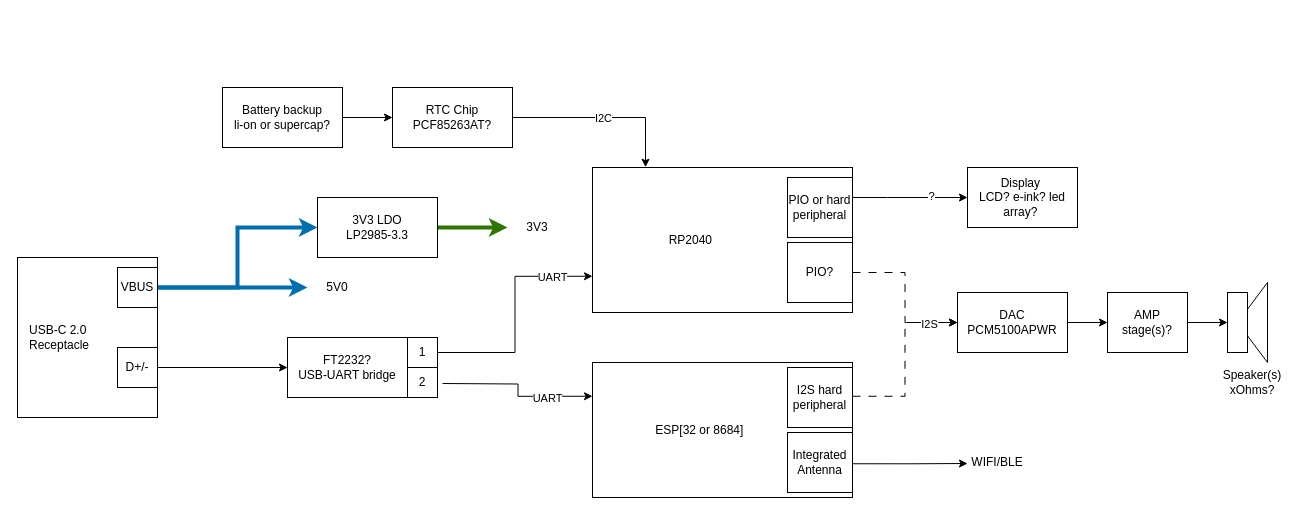
Above: page "Data Path" (1 of 2) of hw_architecture/alarm_clk_blk.drawio in DawsonTheroux/alarm_clock (draw.io), before the change. Source tidied: cells renumbered, new cells numbered last; positions are measured from the earlier drawing's top-left corner, leaving out a move shared by most shapes. Both pictures are drawn from the tidied source at 100%, with x=0, y=0 at pixel (17, 87).
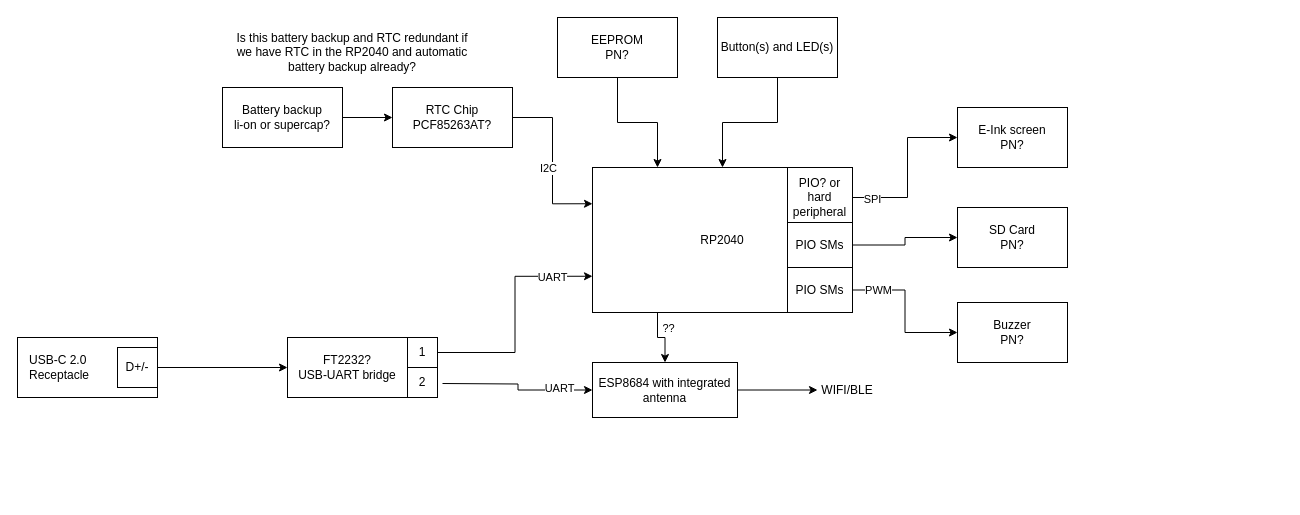
The same diagram, later.

Unchanged cells that the change refers to:
```xml
<mxCell id="27" value="RTC Chip&lt;br&gt;PCF85263AT?" style="rounded=0;whiteSpace=wrap;html=1;" parent="1" vertex="1">
  <mxGeometry x="375" width="120" height="60" as="geometry" />
</mxCell>
```

Diff of the diagram source:
```diff
@@
-    <mxCell id="2" style="edgeStyle=orthogonalEdgeStyle;rounded=0;jettySize=auto;html=1;entryX=0;entryY=0.5;entryDx=0;entryDy=0;fillColor=#1ba1e2;strokeColor=#006EAF;strokeWidth=4;" parent="1" edge="1" source="10" target="5">
-      <mxGeometry relative="1" as="geometry" />
-    </mxCell>
-    <mxCell id="3" style="edgeStyle=orthogonalEdgeStyle;rounded=0;jettySize=auto;html=1;fillColor=#1ba1e2;strokeColor=#006EAF;strokeWidth=4;" parent="1" edge="1" source="10" target="6">
-      <mxGeometry relative="1" as="geometry" />
-    </mxCell>
-    <mxCell id="4" style="edgeStyle=orthogonalEdgeStyle;rounded=0;jettySize=auto;html=1;strokeWidth=4;fillColor=#60a917;strokeColor=#2D7600;" parent="1" edge="1" source="5" target="7">
-      <mxGeometry relative="1" as="geometry" />
-    </mxCell>
-    <mxCell id="5" value="3V3 LDO&lt;div&gt;LP2985-3.3&lt;br&gt;&lt;/div&gt;" style="rounded=0;whiteSpace=wrap;html=1;" parent="1" vertex="1">
-      <mxGeometry x="300" y="110" width="120" height="60" as="geometry" />
-    </mxCell>
-    <mxCell id="6" value="5V0" style="text;html=1;align=center;verticalAlign=middle;whiteSpace=wrap;rounded=0;" parent="1" vertex="1">
-      <mxGeometry x="290" y="185" width="60" height="30" as="geometry" />
-    </mxCell>
-    <mxCell id="7" value="3V3" style="text;html=1;align=center;verticalAlign=middle;whiteSpace=wrap;rounded=0;" parent="1" vertex="1">
-      <mxGeometry x="490" y="125" width="60" height="30" as="geometry" />
-    </mxCell>
@@
     <mxCell id="9" value="&amp;nbsp; &amp;nbsp;USB-C 2.0 &lt;br&gt;&amp;nbsp; &amp;nbsp;Receptacle" style="rounded=0;whiteSpace=wrap;html=1;align=left;" parent="1" vertex="1">
-      <mxGeometry y="170" width="140" height="160" as="geometry" />
+      <mxGeometry y="250" width="140" height="60" as="geometry" />
     </mxCell>
-    <mxCell id="10" value="VBUS" style="whiteSpace=wrap;html=1;" parent="1" vertex="1">
-      <mxGeometry x="100" y="180" width="40" height="40" as="geometry" />
-    </mxCell>
@@
-    <mxCell id="13" style="edgeStyle=orthogonalEdgeStyle;rounded=0;jettySize=auto;html=1;entryX=0;entryY=0.5;entryDx=0;entryDy=0;dashed=1;dashPattern=8 8;exitX=1;exitY=0.5;exitDx=0;exitDy=0;" parent="1" edge="1" source="43" target="35">
-      <mxGeometry relative="1" as="geometry" />
-    </mxCell>
-    <mxCell id="14" style="edgeStyle=orthogonalEdgeStyle;rounded=0;jettySize=auto;html=1;" parent="1" edge="1" source="16" target="39">
+    <mxCell id="14" style="edgeStyle=orthogonalEdgeStyle;rounded=0;jettySize=auto;html=1;entryX=0;entryY=0.5;entryDx=0;entryDy=0;" parent="1" edge="1" source="16" target="39">
       <mxGeometry relative="1" as="geometry">
         <Array as="points">
-          <mxPoint x="870" y="110" />
-          <mxPoint x="870" y="110" />
+          <mxPoint x="890" y="110" />
+          <mxPoint x="890" y="50" />
         </Array>
       </mxGeometry>
     </mxCell>
-    <mxCell id="15" value="?" style="edgeLabel;html=1;align=center;verticalAlign=middle;" parent="14" vertex="1">
-      <mxGeometry x="0.36" y="2" relative="1" as="geometry" />
+    <mxCell id="15" value="SPI" style="edgeLabel;html=1;align=center;verticalAlign=middle;" parent="14" vertex="1">
+      <mxGeometry x="0.36" y="2" relative="1" as="geometry">
+        <mxPoint x="-34" y="58" as="offset" />
+      </mxGeometry>
     </mxCell>
+    <mxCell id="45" style="edgeStyle=orthogonalEdgeStyle;rounded=0;jettySize=auto;html=1;entryX=0.5;entryY=0;entryDx=0;entryDy=0;exitX=0.25;exitY=1;exitDx=0;exitDy=0;" parent="1" edge="1" source="16" target="20">
+      <mxGeometry relative="1" as="geometry" />
+    </mxCell>
+    <mxCell id="46" value="??" style="edgeLabel;html=1;align=center;verticalAlign=middle;" parent="45" vertex="1">
+      <mxGeometry x="-0.2" y="1" relative="1" as="geometry">
+        <mxPoint x="9" y="-8" as="offset" />
+      </mxGeometry>
+    </mxCell>
-    <mxCell id="16" value="&lt;div style=&quot;text-align: justify;&quot;&gt;&lt;span style=&quot;background-color: initial;&quot;&gt;RP2040&lt;/span&gt;&lt;span style=&quot;background-color: initial; white-space: pre;&quot;&gt;&#9;&lt;/span&gt;&lt;span style=&quot;background-color: initial; white-space: pre;&quot;&gt;&#9;&lt;/span&gt;&lt;span style=&quot;background-color: initial; white-space: pre;&quot;&gt;&#9;&lt;/span&gt;&lt;/div&gt;" style="rounded=0;whiteSpace=wrap;html=1;" parent="1" vertex="1">
+    <mxCell id="16" value="&lt;div style=&quot;text-align: justify;&quot;&gt;&lt;span style=&quot;background-color: initial;&quot;&gt;RP2040&lt;/span&gt;&lt;/div&gt;" style="rounded=0;whiteSpace=wrap;html=1;" parent="1" vertex="1">
       <mxGeometry x="575" y="80" width="260" height="145" as="geometry" />
     </mxCell>
-    <mxCell id="17" style="edgeStyle=orthogonalEdgeStyle;rounded=0;jettySize=auto;html=1;entryX=0;entryY=0.5;entryDx=0;entryDy=0;dashed=1;dashPattern=8 8;exitX=1;exitY=0.25;exitDx=0;exitDy=0;" parent="1" edge="1" source="20" target="35">
-      <mxGeometry relative="1" as="geometry" />
-    </mxCell>
-    <mxCell id="18" value="I2S" style="edgeLabel;html=1;align=center;verticalAlign=middle;" parent="17" vertex="1">
-      <mxGeometry x="0.68" y="-1" relative="1" as="geometry" />
-    </mxCell>
-    <mxCell id="19" style="edgeStyle=orthogonalEdgeStyle;rounded=0;jettySize=auto;html=1;exitX=1;exitY=0.75;exitDx=0;exitDy=0;" parent="1" edge="1" source="20">
-      <mxGeometry relative="1" as="geometry">
-        <mxPoint x="950" y="376" as="targetPoint" />
-      </mxGeometry>
-    </mxCell>
+    <mxCell id="47" style="edgeStyle=orthogonalEdgeStyle;rounded=0;jettySize=auto;html=1;entryX=0;entryY=0.5;entryDx=0;entryDy=0;" parent="1" edge="1" source="20" target="40">
+      <mxGeometry relative="1" as="geometry" />
+    </mxCell>
-    <mxCell id="20" value="&lt;div style=&quot;text-align: justify;&quot;&gt;&lt;span style=&quot;background-color: initial;&quot;&gt;ESP[32 or 8684]&lt;/span&gt;&lt;span style=&quot;background-color: initial; white-space: pre;&quot;&gt;&#9;&lt;/span&gt;&lt;span style=&quot;background-color: initial; white-space: pre;&quot;&gt;&#9;&lt;/span&gt;&lt;/div&gt;" style="rounded=0;whiteSpace=wrap;html=1;" parent="1" vertex="1">
-      <mxGeometry x="575" y="275" width="260" height="135" as="geometry" />
+    <mxCell id="20" value="&lt;div style=&quot;&quot;&gt;&lt;span style=&quot;background-color: initial;&quot;&gt;ESP8684 with integrated antenna&lt;/span&gt;&lt;/div&gt;" style="rounded=0;whiteSpace=wrap;html=1;align=center;" parent="1" vertex="1">
+      <mxGeometry x="575" y="275" width="145" height="55" as="geometry" />
     </mxCell>
@@
-    <mxCell id="25" style="edgeStyle=orthogonalEdgeStyle;rounded=0;jettySize=auto;html=1;entryX=0;entryY=0.25;entryDx=0;entryDy=0;" parent="1" edge="1" target="20">
+    <mxCell id="25" style="edgeStyle=orthogonalEdgeStyle;rounded=0;jettySize=auto;html=1;entryX=0;entryY=0.5;entryDx=0;entryDy=0;" parent="1" edge="1" target="20">
       <mxGeometry relative="1" as="geometry">
         <mxPoint x="425" y="296" as="sourcePoint" />
       </mxGeometry>
     </mxCell>
     <mxCell id="26" value="UART" style="edgeLabel;html=1;align=center;verticalAlign=middle;" parent="25" vertex="1">
       <mxGeometry x="-0.28" relative="1" as="geometry">
-        <mxPoint x="47" y="14" as="offset" />
+        <mxPoint x="61" y="4" as="offset" />
       </mxGeometry>
     </mxCell>
@@
-    <mxCell id="30" style="edgeStyle=orthogonalEdgeStyle;rounded=0;jettySize=auto;html=1;entryX=0.204;entryY=-0.002;entryDx=0;entryDy=0;entryPerimeter=0;" parent="1" edge="1" source="27" target="16">
+    <mxCell id="30" style="edgeStyle=orthogonalEdgeStyle;rounded=0;jettySize=auto;html=1;entryX=0;entryY=0.25;entryDx=0;entryDy=0;" parent="1" edge="1" source="27" target="16">
       <mxGeometry relative="1" as="geometry" />
     </mxCell>
-    <mxCell id="31" value="I2C" style="edgeLabel;html=1;align=center;verticalAlign=middle;" parent="30" vertex="1">
-      <mxGeometry x="-0.01" relative="1" as="geometry" />
-    </mxCell>
-    <mxCell id="32" style="triangle;whiteSpace=wrap;html=1;rotation=-180;" parent="1" vertex="1">
-      <mxGeometry x="1220" y="195" width="30" height="80" as="geometry" />
-    </mxCell>
-    <mxCell id="33" style="rounded=0;whiteSpace=wrap;html=1;" parent="1" vertex="1">
-      <mxGeometry x="1210" y="205" width="20" height="60" as="geometry" />
-    </mxCell>
-    <mxCell id="34" style="edgeStyle=orthogonalEdgeStyle;rounded=0;jettySize=auto;html=1;entryX=0;entryY=0.5;entryDx=0;entryDy=0;" parent="1" edge="1" source="35" target="37">
-      <mxGeometry relative="1" as="geometry" />
-    </mxCell>
-    <mxCell id="35" value="DAC&lt;br&gt;PCM5100APWR" style="rounded=0;whiteSpace=wrap;html=1;" parent="1" vertex="1">
-      <mxGeometry x="940" y="205" width="110" height="60" as="geometry" />
-    </mxCell>
-    <mxCell id="36" style="edgeStyle=orthogonalEdgeStyle;rounded=0;jettySize=auto;html=1;entryX=0;entryY=0.5;entryDx=0;entryDy=0;" parent="1" edge="1" source="37" target="33">
-      <mxGeometry relative="1" as="geometry" />
-    </mxCell>
-    <mxCell id="37" value="AMP &lt;br&gt;stage(s)?" style="rounded=0;whiteSpace=wrap;html=1;" parent="1" vertex="1">
-      <mxGeometry x="1090" y="205" width="80" height="60" as="geometry" />
-    </mxCell>
-    <mxCell id="38" value="Speaker(s)&lt;br&gt;xOhms?" style="text;html=1;align=center;verticalAlign=middle;whiteSpace=wrap;rounded=0;" parent="1" vertex="1">
-      <mxGeometry x="1205" y="280" width="60" height="30" as="geometry" />
-    </mxCell>
-    <mxCell id="39" value="Display&amp;nbsp;&lt;br&gt;LCD? e-ink? led array?&amp;nbsp;" style="rounded=0;whiteSpace=wrap;html=1;" parent="1" vertex="1">
-      <mxGeometry x="950" y="80" width="110" height="60" as="geometry" />
+    <mxCell id="39" value="E-Ink screen&lt;br&gt;PN?" style="rounded=0;whiteSpace=wrap;html=1;" parent="1" vertex="1">
+      <mxGeometry x="940" y="20" width="110" height="60" as="geometry" />
     </mxCell>
     <mxCell id="40" value="WIFI/BLE" style="text;html=1;align=center;verticalAlign=middle;whiteSpace=wrap;rounded=0;" parent="1" vertex="1">
-      <mxGeometry x="950" y="360" width="60" height="30" as="geometry" />
+      <mxGeometry x="800" y="287.5" width="60" height="30" as="geometry" />
     </mxCell>
-    <mxCell id="41" value="Integrated Antenna" style="rounded=0;whiteSpace=wrap;html=1;" parent="1" vertex="1">
-      <mxGeometry x="770" y="345" width="65" height="60" as="geometry" />
-    </mxCell>
-    <mxCell id="42" value="I2S hard peripheral" style="rounded=0;whiteSpace=wrap;html=1;" parent="1" vertex="1">
-      <mxGeometry x="770" y="280" width="65" height="60" as="geometry" />
-    </mxCell>
+    <mxCell id="48" style="edgeStyle=orthogonalEdgeStyle;rounded=0;jettySize=auto;html=1;entryX=0;entryY=0.5;entryDx=0;entryDy=0;" parent="1" edge="1" source="43" target="50">
+      <mxGeometry relative="1" as="geometry" />
+    </mxCell>
+    <mxCell id="49" value="PWM" style="edgeLabel;html=1;align=center;verticalAlign=middle;" parent="48" vertex="1">
+      <mxGeometry x="0.06" y="-1" relative="1" as="geometry">
+        <mxPoint x="-26" y="-26" as="offset" />
+      </mxGeometry>
+    </mxCell>
-    <mxCell id="43" value="PIO?" style="rounded=0;whiteSpace=wrap;html=1;" parent="1" vertex="1">
-      <mxGeometry x="770" y="155" width="65" height="60" as="geometry" />
+    <mxCell id="43" value="PIO SMs" style="rounded=0;whiteSpace=wrap;html=1;" parent="1" vertex="1">
+      <mxGeometry x="770" y="180" width="65" height="45" as="geometry" />
     </mxCell>
-    <mxCell id="44" value="PIO or hard peripheral" style="rounded=0;whiteSpace=wrap;html=1;" parent="1" vertex="1">
-      <mxGeometry x="770" y="90" width="65" height="60" as="geometry" />
+    <mxCell id="44" value="PIO? or hard peripheral" style="rounded=0;whiteSpace=wrap;html=1;" parent="1" vertex="1">
+      <mxGeometry x="770" y="80" width="65" height="60" as="geometry" />
     </mxCell>
+    <mxCell id="50" value="Buzzer&lt;br&gt;PN?" style="rounded=0;whiteSpace=wrap;html=1;" parent="1" vertex="1">
+      <mxGeometry x="940" y="215" width="110" height="60" as="geometry" />
+    </mxCell>
+    <mxCell id="51" style="edgeStyle=orthogonalEdgeStyle;rounded=0;jettySize=auto;html=1;entryX=0.25;entryY=0;entryDx=0;entryDy=0;" parent="1" edge="1" source="52" target="16">
+      <mxGeometry relative="1" as="geometry" />
+    </mxCell>
+    <mxCell id="52" value="&lt;span style=&quot;font-weight: normal;&quot;&gt;EEPROM&lt;br&gt;PN?&lt;/span&gt;" style="rounded=0;whiteSpace=wrap;html=1;fontStyle=1;" parent="1" vertex="1">
+      <mxGeometry x="540" y="-70" width="120" height="60" as="geometry" />
+    </mxCell>
+    <mxCell id="53" style="edgeStyle=orthogonalEdgeStyle;rounded=0;jettySize=auto;html=1;entryX=0.5;entryY=0;entryDx=0;entryDy=0;" parent="1" edge="1" source="54" target="16">
+      <mxGeometry relative="1" as="geometry" />
+    </mxCell>
+    <mxCell id="54" value="Button(s) and LED(s)" style="rounded=0;whiteSpace=wrap;html=1;" parent="1" vertex="1">
+      <mxGeometry x="700" y="-70" width="120" height="60" as="geometry" />
+    </mxCell>
+    <mxCell id="31" value="I2C" style="edgeLabel;html=1;align=center;verticalAlign=middle;" parent="1" vertex="1">
+      <mxGeometry x="530" y="80" as="geometry" />
+    </mxCell>
+    <mxCell id="55" style="edgeStyle=orthogonalEdgeStyle;rounded=0;jettySize=auto;html=1;entryX=0;entryY=0.5;entryDx=0;entryDy=0;" parent="1" edge="1" source="56" target="57">
+      <mxGeometry relative="1" as="geometry" />
+    </mxCell>
+    <mxCell id="56" value="PIO SMs" style="rounded=0;whiteSpace=wrap;html=1;" parent="1" vertex="1">
+      <mxGeometry x="770" y="135" width="65" height="45" as="geometry" />
+    </mxCell>
+    <mxCell id="57" value="SD Card&lt;br&gt;PN?" style="rounded=0;whiteSpace=wrap;html=1;" parent="1" vertex="1">
+      <mxGeometry x="940" y="120" width="110" height="60" as="geometry" />
+    </mxCell>
+    <mxCell id="58" value="Is this battery backup and RTC redundant if we have RTC in the RP2040 and automatic battery backup already?" style="text;html=1;align=center;verticalAlign=middle;whiteSpace=wrap;rounded=0;" parent="1" vertex="1">
+      <mxGeometry x="210" y="-60" width="250" height="50" as="geometry" />
+    </mxCell>
```
